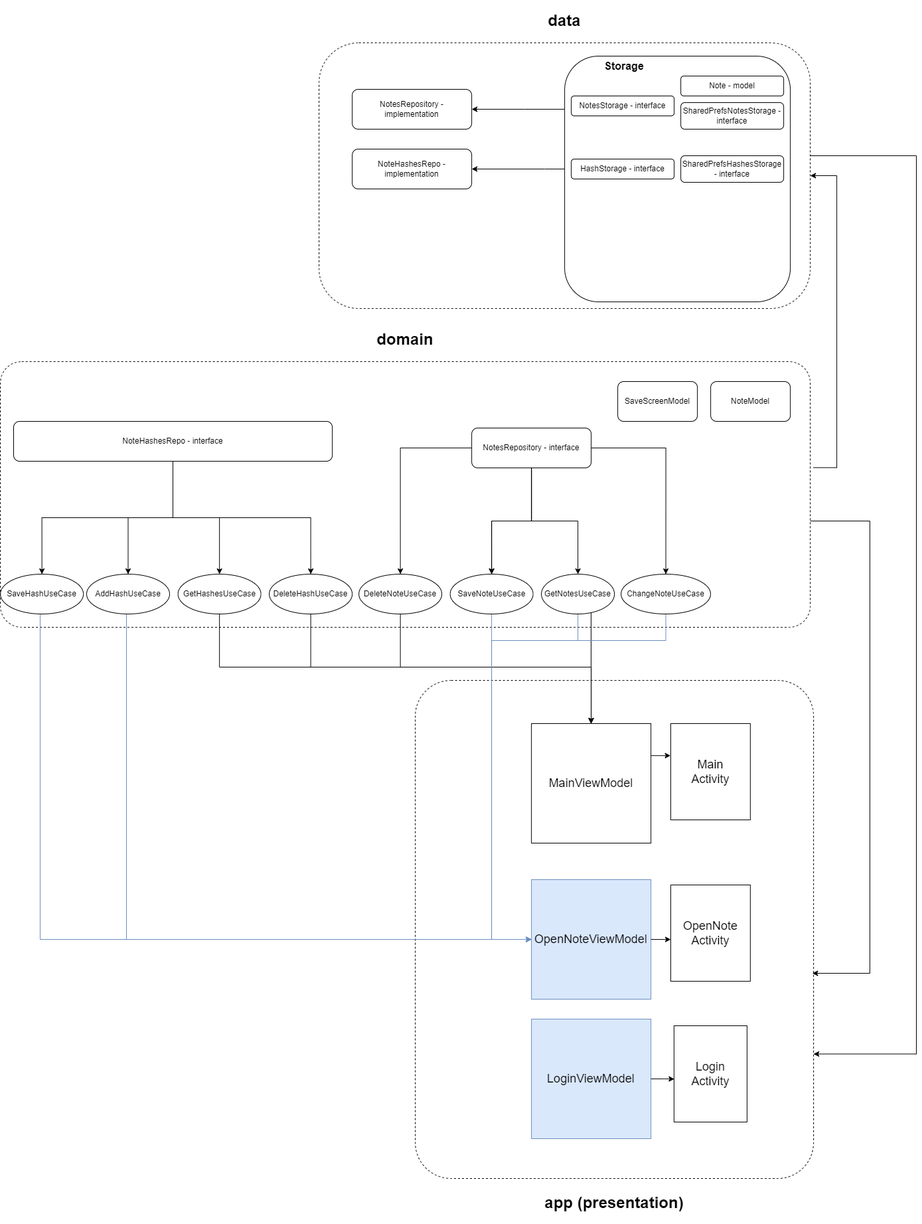
Earlier version of the draw.io export images/ArchitectureDiagram.png (solutions-architects/anynote_android). Source tidied: cells renumbered, new cells last; positions are measured from the earlier drawing's top-left corner, leaving out a move shared by most shapes.
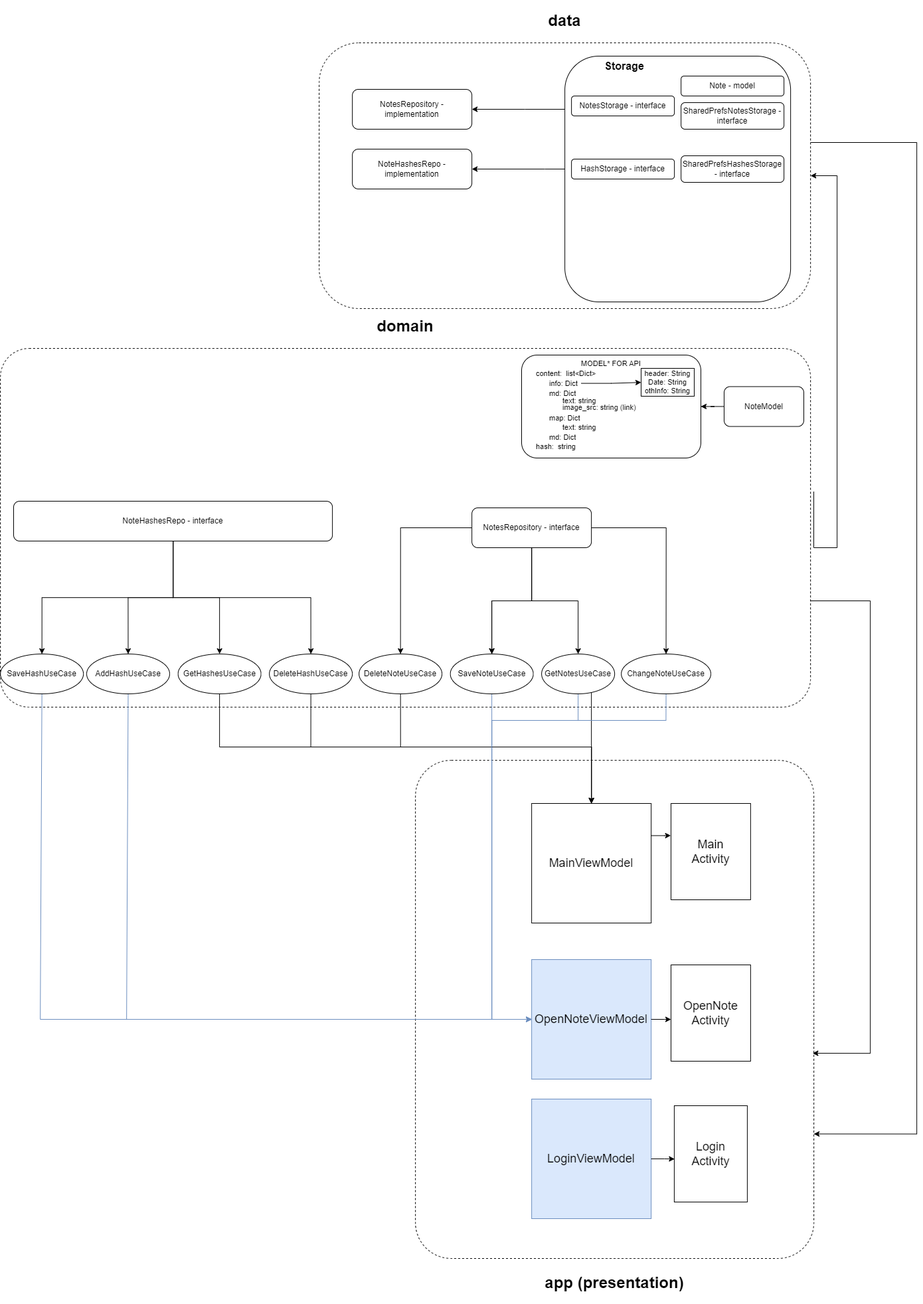
The same diagram one commit later.

The edit, as a diff of the source:
```diff
@@ -5,13 +5,14 @@
     <mxCell id="2" style="edgeStyle=orthogonalEdgeStyle;rounded=0;jettySize=auto;html=1;entryX=1;entryY=0.5;entryDx=0;entryDy=0;exitX=1.004;exitY=0.399;exitDx=0;exitDy=0;exitPerimeter=0;" parent="1" edge="1" source="3" target="7">
       <mxGeometry relative="1" as="geometry">
         <Array as="points">
-          <mxPoint x="1260.1" y="640" />
-          <mxPoint x="1260.1" y="200" />
+          <mxPoint x="1260" y="640" />
+          <mxPoint x="1260" y="80" />
+          <mxPoint x="1220" y="80" />
         </Array>
       </mxGeometry>
     </mxCell>
     <mxCell id="3" value="&lt;h1&gt;domain&lt;/h1&gt;" style="rounded=1;whiteSpace=wrap;html=1;arcSize=8;glass=0;shadow=0;dashed=1;verticalAlign=bottom;labelPosition=center;verticalLabelPosition=top;align=center;" parent="1" vertex="1">
-      <mxGeometry x="0.1" y="480" width="1220" height="400" as="geometry" />
+      <mxGeometry x="0.1" y="340" width="1220" height="540" as="geometry" />
     </mxCell>
     <mxCell id="4" value="&lt;h1&gt;&lt;br&gt;&lt;/h1&gt;" style="text;html=1;align=center;verticalAlign=middle;whiteSpace=wrap;rounded=0;" parent="1" vertex="1">
       <mxGeometry x="392.6" y="490" width="60" height="30" as="geometry" />
@@ -22,19 +23,19 @@
     <mxCell id="6" style="edgeStyle=orthogonalEdgeStyle;rounded=0;jettySize=auto;html=1;entryX=1;entryY=0.75;entryDx=0;entryDy=0;" parent="1" edge="1" source="7" target="5">
       <mxGeometry relative="1" as="geometry">
         <Array as="points">
-          <mxPoint x="1380" y="170" />
-          <mxPoint x="1380" y="1523" />
+          <mxPoint x="1380" y="30" />
+          <mxPoint x="1380" y="1522" />
         </Array>
       </mxGeometry>
     </mxCell>
     <mxCell id="7" value="&lt;h1&gt;data&lt;/h1&gt;" style="rounded=1;whiteSpace=wrap;html=1;dashed=1;verticalAlign=bottom;labelPosition=center;verticalLabelPosition=top;align=center;" parent="1" vertex="1">
-      <mxGeometry x="480.1" width="740" height="400" as="geometry" />
+      <mxGeometry x="480.1" y="-120" width="740" height="400" as="geometry" />
     </mxCell>
     <mxCell id="8" value="&lt;h1&gt;&lt;br&gt;&lt;/h1&gt;" style="text;html=1;align=center;verticalAlign=middle;whiteSpace=wrap;rounded=0;" parent="1" vertex="1">
       <mxGeometry x="642.6" y="1290" width="195" height="65" as="geometry" />
     </mxCell>
     <mxCell id="9" value="&lt;h1&gt;&lt;br&gt;&lt;/h1&gt;" style="text;html=1;align=center;verticalAlign=middle;whiteSpace=wrap;rounded=0;" parent="1" vertex="1">
-      <mxGeometry x="532.6" y="10" width="60" height="30" as="geometry" />
+      <mxGeometry x="532.6" y="-110" width="60" height="30" as="geometry" />
     </mxCell>
     <mxCell id="10" value="MainViewModel" style="whiteSpace=wrap;html=1;fontSize=18;" parent="1" vertex="1">
       <mxGeometry x="800.1" y="1025" width="180" height="180" as="geometry" />
@@ -98,10 +99,13 @@
       <mxGeometry x="710.1" y="580" width="180" height="60" as="geometry" />
     </mxCell>
     <mxCell id="24" value="NotesRepository - implementation" style="rounded=1;whiteSpace=wrap;html=1;" parent="1" vertex="1">
-      <mxGeometry x="530.1" y="70" width="180" height="60" as="geometry" />
+      <mxGeometry x="530.1" y="-50" width="180" height="60" as="geometry" />
     </mxCell>
+    <mxCell id="61" style="edgeStyle=orthogonalEdgeStyle;rounded=0;jettySize=auto;html=1;" parent="1" edge="1" source="25" target="62">
+      <mxGeometry relative="1" as="geometry" />
+    </mxCell>
     <mxCell id="25" value="NoteModel" style="rounded=1;whiteSpace=wrap;html=1;" parent="1" vertex="1">
-      <mxGeometry x="1070.1" y="510" width="120" height="60" as="geometry" />
+      <mxGeometry x="1090" y="397.5" width="120" height="60" as="geometry" />
     </mxCell>
     <mxCell id="26" style="edgeStyle=orthogonalEdgeStyle;rounded=0;jettySize=auto;html=1;entryX=0.997;entryY=0.588;entryDx=0;entryDy=0;entryPerimeter=0;" parent="1" edge="1" source="3" target="5">
       <mxGeometry relative="1" as="geometry">
@@ -111,39 +115,36 @@
         </Array>
       </mxGeometry>
     </mxCell>
-    <mxCell id="27" value="SaveScreenModel" style="rounded=1;whiteSpace=wrap;html=1;" parent="1" vertex="1">
-      <mxGeometry x="930.1" y="510" width="120" height="60" as="geometry" />
-    </mxCell>
     <mxCell id="28" style="edgeStyle=orthogonalEdgeStyle;rounded=0;jettySize=auto;html=1;" parent="1" edge="1" source="30" target="24">
       <mxGeometry relative="1" as="geometry">
         <Array as="points">
-          <mxPoint x="790.1" y="100" />
-          <mxPoint x="790.1" y="100" />
+          <mxPoint x="790.1" y="-20" />
+          <mxPoint x="790.1" y="-20" />
         </Array>
       </mxGeometry>
     </mxCell>
     <mxCell id="29" style="edgeStyle=orthogonalEdgeStyle;rounded=0;jettySize=auto;html=1;entryX=1;entryY=0.5;entryDx=0;entryDy=0;" parent="1" edge="1" source="30" target="42">
       <mxGeometry relative="1" as="geometry">
         <Array as="points">
-          <mxPoint x="820.1" y="190" />
-          <mxPoint x="820.1" y="190" />
+          <mxPoint x="820.1" y="70" />
+          <mxPoint x="820.1" y="70" />
         </Array>
       </mxGeometry>
     </mxCell>
     <mxCell id="30" style="rounded=1;whiteSpace=wrap;html=1;" parent="1" vertex="1">
-      <mxGeometry x="850.1" y="20" width="340" height="370" as="geometry" />
+      <mxGeometry x="850.1" y="-100" width="340" height="370" as="geometry" />
     </mxCell>
     <mxCell id="31" value="&lt;font style=&quot;font-size: 16px;&quot;&gt;&lt;b&gt;Storage&lt;/b&gt;&lt;/font&gt;" style="text;html=1;align=center;verticalAlign=middle;whiteSpace=wrap;rounded=0;" parent="1" vertex="1">
-      <mxGeometry x="910.1" y="20" width="60" height="30" as="geometry" />
+      <mxGeometry x="910.1" y="-100" width="60" height="30" as="geometry" />
     </mxCell>
     <mxCell id="32" value="Note - model" style="rounded=1;whiteSpace=wrap;html=1;" parent="1" vertex="1">
-      <mxGeometry x="1025.1" y="50" width="155" height="30" as="geometry" />
+      <mxGeometry x="1025.1" y="-70" width="155" height="30" as="geometry" />
     </mxCell>
     <mxCell id="33" value="NotesStorage - interface" style="rounded=1;whiteSpace=wrap;html=1;" parent="1" vertex="1">
-      <mxGeometry x="860.1" y="80" width="155" height="30" as="geometry" />
+      <mxGeometry x="860.1" y="-40" width="155" height="30" as="geometry" />
     </mxCell>
     <mxCell id="34" value="SharedPrefsNotesStorage - interface" style="rounded=1;whiteSpace=wrap;html=1;" parent="1" vertex="1">
-      <mxGeometry x="1025.1" y="90" width="155" height="40" as="geometry" />
+      <mxGeometry x="1025.1" y="-30" width="155" height="40" as="geometry" />
     </mxCell>
     <mxCell id="35" style="edgeStyle=orthogonalEdgeStyle;rounded=0;jettySize=auto;html=1;" parent="1" edge="1" source="39" target="55">
       <mxGeometry relative="1" as="geometry" />
@@ -172,13 +173,13 @@
       <mxGeometry x="267.6" y="800" width="125" height="60" as="geometry" />
     </mxCell>
     <mxCell id="42" value="NoteHashesRepo - implementation" style="rounded=1;whiteSpace=wrap;html=1;" parent="1" vertex="1">
-      <mxGeometry x="530.1" y="160" width="180" height="60" as="geometry" />
+      <mxGeometry x="530.1" y="40" width="180" height="60" as="geometry" />
     </mxCell>
     <mxCell id="43" value="HashStorage - interface" style="rounded=1;whiteSpace=wrap;html=1;" parent="1" vertex="1">
-      <mxGeometry x="860.1" y="175" width="155" height="30" as="geometry" />
+      <mxGeometry x="860.1" y="55" width="155" height="30" as="geometry" />
     </mxCell>
     <mxCell id="44" value="SharedPrefsHashesStorage - interface" style="rounded=1;whiteSpace=wrap;html=1;" parent="1" vertex="1">
-      <mxGeometry x="1025.1" y="170" width="155" height="40" as="geometry" />
+      <mxGeometry x="1025.1" y="50" width="155" height="40" as="geometry" />
     </mxCell>
     <mxCell id="45" style="edgeStyle=orthogonalEdgeStyle;rounded=0;jettySize=auto;html=1;entryX=0.5;entryY=0;entryDx=0;entryDy=0;" parent="1" edge="1" source="46" target="10">
       <mxGeometry relative="1" as="geometry">
@@ -252,5 +253,41 @@
     <mxCell id="60" style="edgeStyle=orthogonalEdgeStyle;rounded=0;jettySize=auto;html=1;entryX=0.004;entryY=0.553;entryDx=0;entryDy=0;entryPerimeter=0;" parent="1" edge="1" source="58" target="59">
       <mxGeometry relative="1" as="geometry" />
     </mxCell>
+    <mxCell id="62" value="MODEL* FOR API" style="rounded=1;whiteSpace=wrap;html=1;align=center;verticalAlign=top;horizontal=1;fontSize=11;" parent="1" vertex="1">
+      <mxGeometry x="785" y="350" width="270" height="155" as="geometry" />
+    </mxCell>
+    <mxCell id="63" value="&lt;font style=&quot;font-size: 11px;&quot;&gt;content:&amp;nbsp; list&amp;lt;Dict&amp;gt;&lt;/font&gt;" style="text;html=1;align=left;verticalAlign=middle;whiteSpace=wrap;rounded=0;fontSize=11;" parent="1" vertex="1">
+      <mxGeometry x="805" y="370" width="100" height="15" as="geometry" />
+    </mxCell>
+    <mxCell id="64" style="edgeStyle=orthogonalEdgeStyle;rounded=0;jettySize=auto;html=1;" parent="1" edge="1" source="65" target="73">
+      <mxGeometry relative="1" as="geometry" />
+    </mxCell>
+    <mxCell id="65" value="&lt;font style=&quot;font-size: 11px;&quot;&gt;info: Dict&amp;nbsp;&lt;/font&gt;" style="text;html=1;align=left;verticalAlign=middle;whiteSpace=wrap;rounded=0;fontSize=11;" parent="1" vertex="1">
+      <mxGeometry x="825" y="385" width="50" height="15" as="geometry" />
+    </mxCell>
+    <mxCell id="66" value="&lt;font style=&quot;font-size: 11px;&quot;&gt;md: Dict&lt;/font&gt;" style="text;html=1;align=left;verticalAlign=middle;whiteSpace=wrap;rounded=0;fontSize=11;" parent="1" vertex="1">
+      <mxGeometry x="825" y="400" width="50" height="15" as="geometry" />
+    </mxCell>
+    <mxCell id="67" value="&lt;font style=&quot;font-size: 11px;&quot;&gt;map: Dict&lt;/font&gt;" style="text;html=1;align=left;verticalAlign=middle;whiteSpace=wrap;rounded=0;fontSize=11;" parent="1" vertex="1">
+      <mxGeometry x="825" y="436" width="50" height="18" as="geometry" />
+    </mxCell>
+    <mxCell id="68" value="&lt;font style=&quot;font-size: 11px;&quot;&gt;text: string&lt;/font&gt;" style="text;html=1;align=left;verticalAlign=middle;whiteSpace=wrap;rounded=0;fontSize=11;" parent="1" vertex="1">
+      <mxGeometry x="845" y="454" width="60" height="10" as="geometry" />
+    </mxCell>
+    <mxCell id="69" value="&lt;font style=&quot;font-size: 11px;&quot;&gt;image_src: string (link)&lt;/font&gt;" style="text;html=1;align=left;verticalAlign=middle;whiteSpace=wrap;rounded=0;fontSize=11;" parent="1" vertex="1">
+      <mxGeometry x="845" y="422" width="120" height="14" as="geometry" />
+    </mxCell>
+    <mxCell id="70" value="&lt;font style=&quot;font-size: 11px;&quot;&gt;md: Dict&lt;/font&gt;" style="text;html=1;align=left;verticalAlign=middle;whiteSpace=wrap;rounded=0;fontSize=11;" parent="1" vertex="1">
+      <mxGeometry x="825" y="467" width="50" height="13" as="geometry" />
+    </mxCell>
+    <mxCell id="71" value="&lt;font style=&quot;font-size: 11px;&quot;&gt;text: string&lt;/font&gt;" style="text;html=1;align=left;verticalAlign=middle;whiteSpace=wrap;rounded=0;fontSize=11;" parent="1" vertex="1">
+      <mxGeometry x="845" y="415" width="60" height="7" as="geometry" />
+    </mxCell>
+    <mxCell id="72" value="&lt;font style=&quot;font-size: 11px;&quot;&gt;hash:&amp;nbsp; string&lt;/font&gt;" style="text;html=1;align=left;verticalAlign=middle;whiteSpace=wrap;rounded=0;fontSize=11;" parent="1" vertex="1">
+      <mxGeometry x="805" y="480" width="70" height="15" as="geometry" />
+    </mxCell>
+    <mxCell id="73" value="header: String&lt;div style=&quot;font-size: 11px;&quot;&gt;Date: String&lt;br style=&quot;font-size: 11px;&quot;&gt;othInfo: String&lt;/div&gt;" style="whiteSpace=wrap;html=1;fontSize=11;" parent="1" vertex="1">
+      <mxGeometry x="965" y="370" width="80" height="42" as="geometry" />
+    </mxCell>
   </root>
 </mxGraphModel>
```
